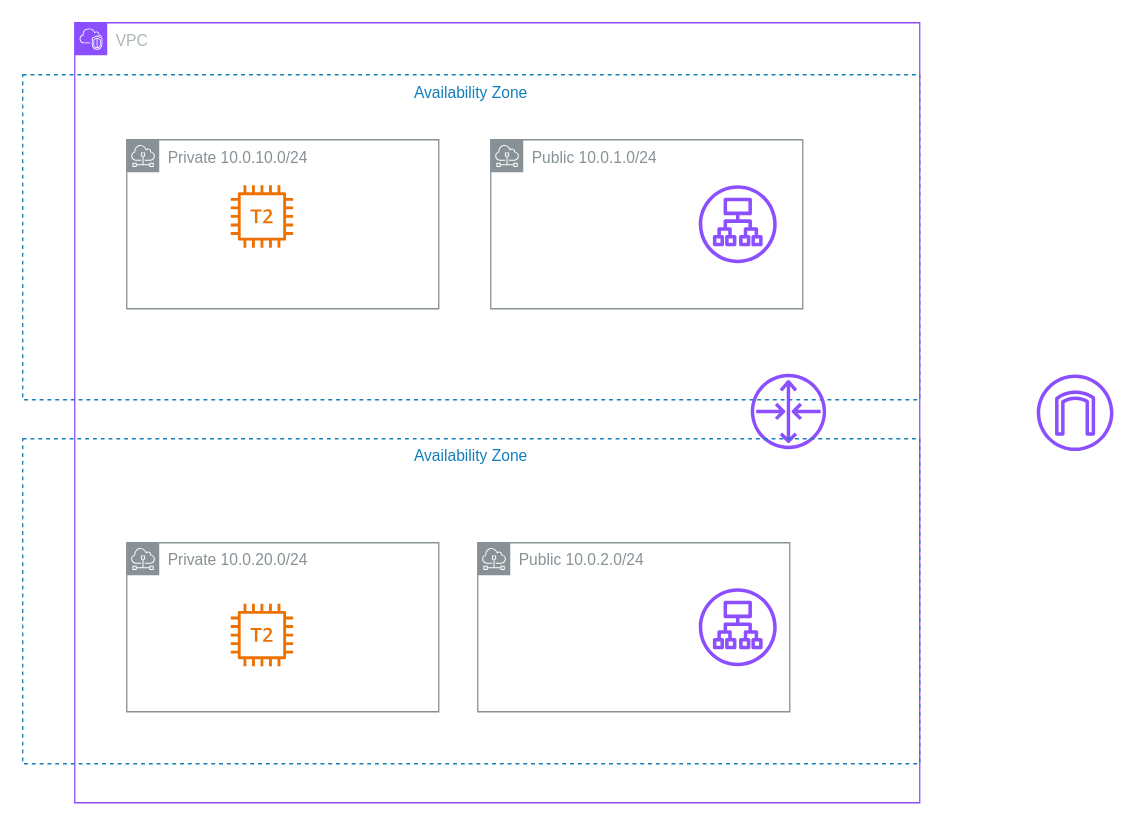
The draw.io diagram src/main/resources/Untitled Diagram.drawio in markash/GymBuddie, before the edit. Source tidied: cells renumbered, new cells numbered last; positions are measured from the earlier drawing's top-left corner, leaving out a move shared by most shapes. Both pictures are drawn from the tidied source at 130%, with x=0, y=0 at pixel (22, 22).
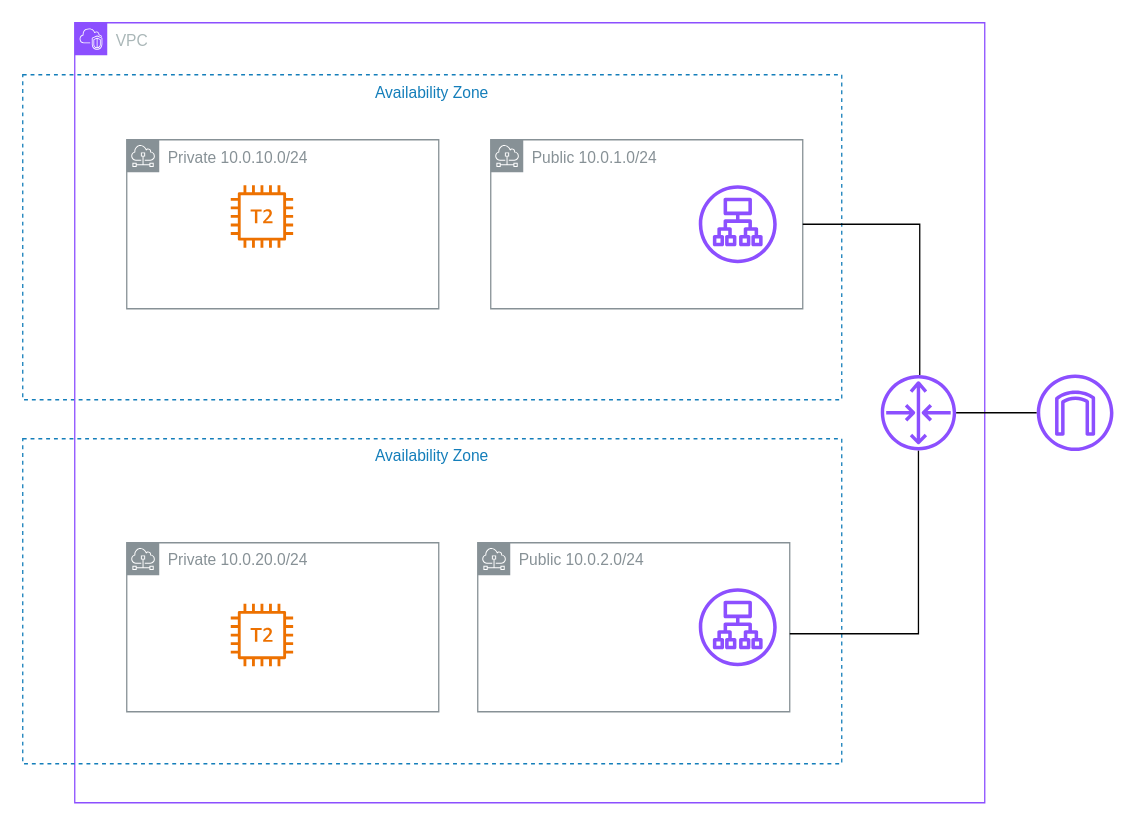
After the change.

Commit message:
Added network connectivity

The change refers to these unchanged cells:
```xml
<mxCell id="6" value="Public 10.0.2.0/24" style="sketch=0;outlineConnect=0;gradientColor=none;html=1;whiteSpace=wrap;fontSize=12;fontStyle=0;shape=mxgraph.aws4.group;grIcon=mxgraph.aws4.group_subnet;strokeColor=#879196;fillColor=none;verticalAlign=top;align=left;spacingLeft=30;fontColor=#879196;dashed=0;" parent="3" vertex="1">
  <mxGeometry x="310" y="400" width="240" height="130" as="geometry" />
</mxCell>
<mxCell id="10" value="Public 10.0.1.0/24" style="sketch=0;outlineConnect=0;gradientColor=none;html=1;whiteSpace=wrap;fontSize=12;fontStyle=0;shape=mxgraph.aws4.group;grIcon=mxgraph.aws4.group_subnet;strokeColor=#879196;fillColor=none;verticalAlign=top;align=left;spacingLeft=30;fontColor=#879196;dashed=0;" parent="1" vertex="1">
  <mxGeometry x="360" y="90" width="240" height="130" as="geometry" />
</mxCell>
<mxCell id="12" style="sketch=0;outlineConnect=0;fontColor=#232F3E;gradientColor=none;fillColor=#8C4FFF;strokeColor=none;dashed=0;verticalLabelPosition=bottom;verticalAlign=top;align=center;html=1;fontSize=12;fontStyle=0;shape=mxgraph.aws4.internet_gateway;" parent="1" vertex="1">
  <mxGeometry x="780" y="270.5" width="59" height="59" as="geometry" />
</mxCell>
```

Diff of the diagram source:
```diff
@@
     <mxCell id="2" value="Availability Zone" style="fillColor=none;strokeColor=#147EBA;dashed=1;verticalAlign=top;fontStyle=0;fontColor=#147EBA;whiteSpace=wrap;html=1;" parent="1" vertex="1">
-      <mxGeometry y="40" width="690" height="250" as="geometry" />
+      <mxGeometry y="40" width="630" height="250" as="geometry" />
     </mxCell>
     <mxCell id="3" value="VPC" style="gradientColor=none;html=1;whiteSpace=wrap;fontSize=12;fontStyle=0;shape=mxgraph.aws4.group;grIcon=mxgraph.aws4.group_vpc2;strokeColor=#8C4FFF;fillColor=none;verticalAlign=top;align=left;spacingLeft=30;fontColor=#AAB7B8;dashed=0;" parent="1" vertex="1">
-      <mxGeometry x="40" width="650" height="600" as="geometry" />
+      <mxGeometry x="40" width="700" height="600" as="geometry" />
     </mxCell>
-    <mxCell id="4" style="sketch=0;outlineConnect=0;fontColor=#232F3E;gradientColor=none;fillColor=#8C4FFF;strokeColor=none;dashed=0;verticalLabelPosition=bottom;verticalAlign=top;align=center;html=1;fontSize=12;fontStyle=0;shape=mxgraph.aws4.router;" parent="3" vertex="1">
-      <mxGeometry x="520" y="270" width="58" height="58" as="geometry" />
-    </mxCell>
     <mxCell id="5" value="Availability Zone" style="fillColor=none;strokeColor=#147EBA;dashed=1;verticalAlign=top;fontStyle=0;fontColor=#147EBA;whiteSpace=wrap;html=1;" parent="3" vertex="1">
-      <mxGeometry x="-40" y="320" width="690" height="250" as="geometry" />
+      <mxGeometry x="-40" y="320" width="630" height="250" as="geometry" />
     </mxCell>
@@
+    <mxCell id="15" style="edgeStyle=orthogonalEdgeStyle;rounded=0;jettySize=auto;html=1;endArrow=none;endFill=1;startFill=0;" parent="3" edge="1" source="4" target="6">
+      <mxGeometry relative="1" as="geometry">
+        <Array as="points">
+          <mxPoint x="649" y="470" />
+        </Array>
+      </mxGeometry>
+    </mxCell>
+    <mxCell id="4" style="sketch=0;outlineConnect=0;fontColor=#232F3E;gradientColor=none;fillColor=#8C4FFF;strokeColor=none;dashed=0;verticalLabelPosition=bottom;verticalAlign=top;align=center;html=1;fontSize=12;fontStyle=0;shape=mxgraph.aws4.router;" parent="3" vertex="1">
+      <mxGeometry x="620" y="271" width="58" height="58" as="geometry" />
+    </mxCell>
@@
+    <mxCell id="16" style="edgeStyle=orthogonalEdgeStyle;rounded=0;jettySize=auto;html=1;endArrow=none;startFill=0;" parent="1" edge="1" source="12" target="4">
+      <mxGeometry relative="1" as="geometry" />
+    </mxCell>
@@
+    <mxCell id="17" style="edgeStyle=orthogonalEdgeStyle;rounded=0;jettySize=auto;html=1;endArrow=none;startFill=0;" parent="1" edge="1" source="4" target="10">
+      <mxGeometry relative="1" as="geometry">
+        <Array as="points">
+          <mxPoint x="690" y="155" />
+        </Array>
+      </mxGeometry>
+    </mxCell>
```
